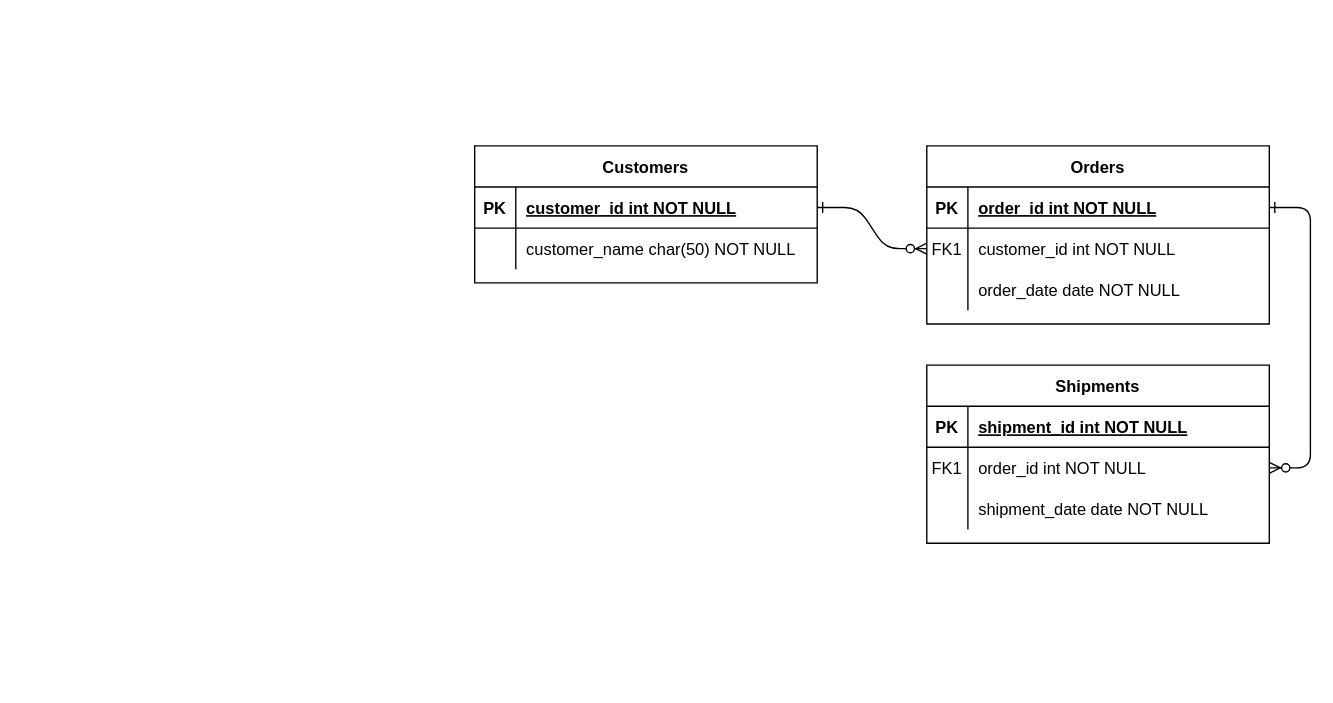
alexrsunrise/diagrams keeps this draw.io diagram as ReChargeERD.drawio. Above is the earlier version. Source tidied: cells renumbered, new cells numbered last; positions are measured from the earlier drawing's top-left corner, leaving out a move shared by most shapes. Both pictures are drawn from the tidied source at 137%, with x=0, y=0 at pixel (474, 145).
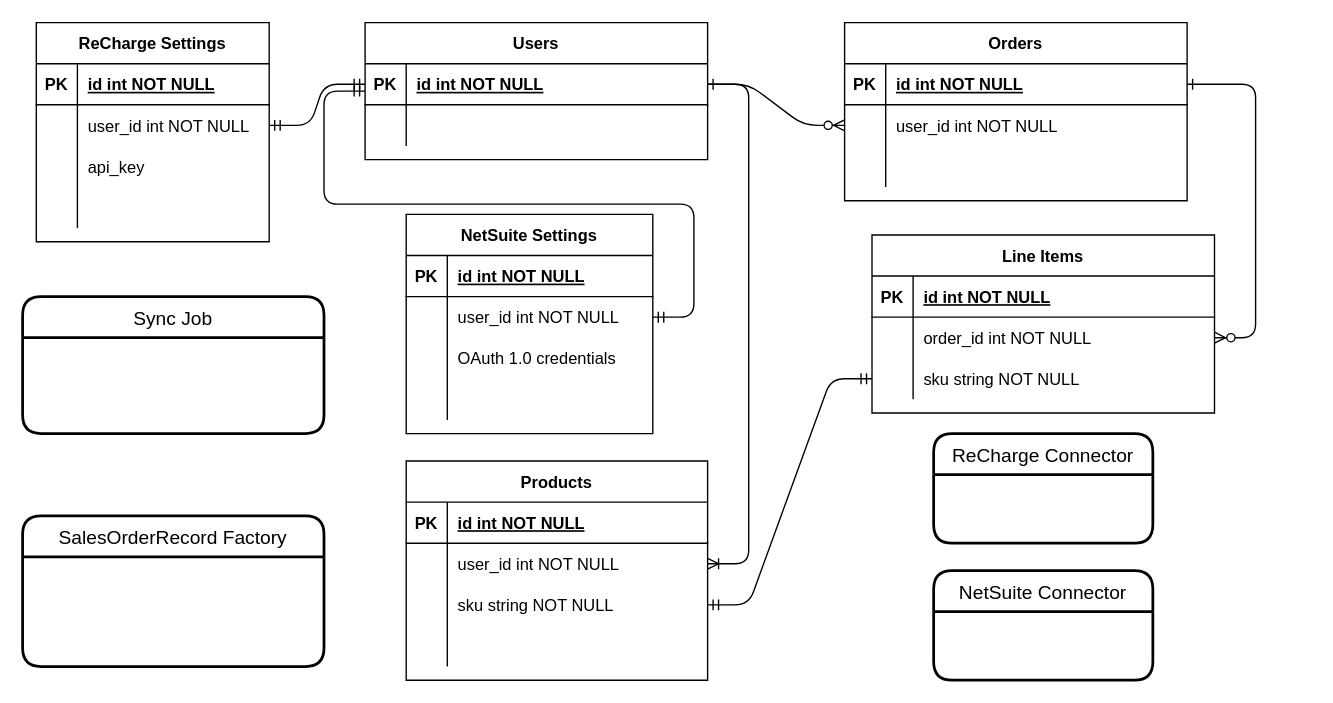
The same page after the edit.

The change refers to these unchanged cells:
```xml
<mxCell id="5" style="shape=partialRectangle;fillColor=none;points=[[0,0.5],[1,0.5]];portConstraint=eastwest;top=0;left=0;right=0;bottom=1;" parent="4" vertex="1">
  <mxGeometry y="30" width="250" height="30" as="geometry" />
</mxCell>
<mxCell id="8" style="shape=partialRectangle;fillColor=none;points=[[0,0.5],[1,0.5]];portConstraint=eastwest;top=0;left=0;right=0;bottom=0;" parent="4" vertex="1">
  <mxGeometry y="60" width="250" height="30" as="geometry" />
</mxCell>
<mxCell id="11" style="shape=partialRectangle;fillColor=none;top=0;left=0;right=0;bottom=0;" parent="4" vertex="1">
  <mxGeometry y="90" width="250" height="30" as="geometry" />
</mxCell>
<mxCell id="15" style="shape=partialRectangle;fillColor=none;top=0;left=0;right=0;bottom=1;" parent="14" vertex="1">
  <mxGeometry y="30" width="250" height="30" as="geometry" />
</mxCell>
<mxCell id="18" style="shape=partialRectangle;fillColor=none;points=[[0,0.5],[1,0.5]];portConstraint=eastwest;top=0;left=0;right=0;bottom=0;" parent="14" vertex="1">
  <mxGeometry y="60" width="250" height="30" as="geometry" />
</mxCell>
<mxCell id="21" style="shape=partialRectangle;fillColor=none;points=[[0,0.5],[1,0.5]];portConstraint=eastwest;top=0;left=0;right=0;bottom=0;" parent="14" vertex="1">
  <mxGeometry y="90" width="250" height="30" as="geometry" />
</mxCell>
<mxCell id="25" style="shape=partialRectangle;fillColor=none;points=[[0,0.5],[1,0.5]];portConstraint=eastwest;top=0;left=0;right=0;bottom=1;" parent="24" vertex="1">
  <mxGeometry y="30" width="250" height="30" as="geometry" />
</mxCell>
<mxCell id="28" style="shape=partialRectangle;fillColor=none;top=0;left=0;right=0;bottom=0;" parent="24" vertex="1">
  <mxGeometry y="60" width="250" height="30" as="geometry" />
</mxCell>
```

Change to the diagram source:
```diff
@@
     <mxCell id="4" value="Orders" style="shape=table;startSize=30;childLayout=tableLayout;rowLines=0;fontStyle=1;align=center;" parent="1" vertex="1">
-      <mxGeometry x="330" width="250" height="130" as="geometry" />
+      <mxGeometry x="270" y="-90" width="250" height="130" as="geometry" />
     </mxCell>
@@
-    <mxCell id="7" value="order_id int NOT NULL " style="shape=partialRectangle;overflow=hidden;fillColor=none;top=0;left=0;bottom=0;right=0;align=left;spacingLeft=6;fontStyle=5;" parent="5" vertex="1">
+    <mxCell id="7" value="id int NOT NULL " style="shape=partialRectangle;overflow=hidden;fillColor=none;top=0;left=0;bottom=0;right=0;align=left;spacingLeft=6;fontStyle=5;" parent="5" vertex="1">
       <mxGeometry x="30" width="220" height="30" as="geometry" />
     </mxCell>
@@
-    <mxCell id="9" value="FK1" style="shape=partialRectangle;overflow=hidden;fillColor=none;top=0;left=0;bottom=0;right=0;" parent="8" vertex="1">
+    <mxCell id="9" style="shape=partialRectangle;overflow=hidden;fillColor=none;top=0;left=0;bottom=0;right=0;" parent="8" vertex="1">
       <mxGeometry width="30" height="30" as="geometry" />
     </mxCell>
-    <mxCell id="10" value="customer_id int NOT NULL" style="shape=partialRectangle;overflow=hidden;fillColor=none;top=0;left=0;bottom=0;right=0;align=left;spacingLeft=6;" parent="8" vertex="1">
+    <mxCell id="10" value="user_id int NOT NULL" style="shape=partialRectangle;overflow=hidden;fillColor=none;top=0;left=0;bottom=0;right=0;align=left;spacingLeft=6;" parent="8" vertex="1">
       <mxGeometry x="30" width="220" height="30" as="geometry" />
     </mxCell>
@@
-    <mxCell id="13" value="order_date date NOT NULL" style="shape=partialRectangle;overflow=hidden;fillColor=none;top=0;left=0;bottom=0;right=0;align=left;spacingLeft=6;" parent="11" vertex="1">
+    <mxCell id="13" style="shape=partialRectangle;overflow=hidden;fillColor=none;top=0;left=0;bottom=0;right=0;align=left;spacingLeft=6;" parent="11" vertex="1">
       <mxGeometry x="30" width="220" height="30" as="geometry" />
     </mxCell>
-    <mxCell id="14" value="Shipments" style="shape=table;startSize=30;childLayout=tableLayout;rowLines=0;fontStyle=1;align=center;" parent="1" vertex="1">
-      <mxGeometry x="330" y="160" width="250" height="130" as="geometry" />
+    <mxCell id="14" value="Line Items" style="shape=table;startSize=30;childLayout=tableLayout;rowLines=0;fontStyle=1;align=center;" parent="1" vertex="1">
+      <mxGeometry x="290" y="65" width="250" height="130" as="geometry" />
     </mxCell>
@@
-    <mxCell id="17" value="shipment_id int NOT NULL " style="shape=partialRectangle;overflow=hidden;fillColor=none;top=0;left=0;bottom=0;right=0;align=left;spacingLeft=6;fontStyle=5;" parent="15" vertex="1">
+    <mxCell id="17" value="id int NOT NULL " style="shape=partialRectangle;overflow=hidden;fillColor=none;top=0;left=0;bottom=0;right=0;align=left;spacingLeft=6;fontStyle=5;" parent="15" vertex="1">
       <mxGeometry x="30" width="220" height="30" as="geometry" />
     </mxCell>
@@
-    <mxCell id="19" value="FK1" style="shape=partialRectangle;overflow=hidden;fillColor=none;top=0;left=0;bottom=0;right=0;" parent="18" vertex="1">
+    <mxCell id="19" style="shape=partialRectangle;overflow=hidden;fillColor=none;top=0;left=0;bottom=0;right=0;" parent="18" vertex="1">
       <mxGeometry width="30" height="30" as="geometry" />
     </mxCell>
@@
-    <mxCell id="23" value="shipment_date date NOT NULL" style="shape=partialRectangle;overflow=hidden;fillColor=none;top=0;left=0;bottom=0;right=0;align=left;spacingLeft=6;" parent="21" vertex="1">
+    <mxCell id="23" value="sku string NOT NULL" style="shape=partialRectangle;overflow=hidden;fillColor=none;top=0;left=0;bottom=0;right=0;align=left;spacingLeft=6;" parent="21" vertex="1">
       <mxGeometry x="30" width="220" height="30" as="geometry" />
     </mxCell>
-    <mxCell id="24" value="Customers" style="shape=table;startSize=30;childLayout=tableLayout;rowLines=0;fontStyle=1;align=center;" parent="1" vertex="1">
-      <mxGeometry width="250" height="100" as="geometry" />
+    <mxCell id="24" value="Users" style="shape=table;startSize=30;childLayout=tableLayout;rowLines=0;fontStyle=1;align=center;" parent="1" vertex="1">
+      <mxGeometry x="-80" y="-90" width="250" height="100" as="geometry" />
     </mxCell>
@@
-    <mxCell id="27" value="customer_id int NOT NULL " style="shape=partialRectangle;overflow=hidden;fillColor=none;top=0;left=0;bottom=0;right=0;align=left;spacingLeft=6;fontStyle=5;" parent="25" vertex="1">
+    <mxCell id="27" value="id int NOT NULL " style="shape=partialRectangle;overflow=hidden;fillColor=none;top=0;left=0;bottom=0;right=0;align=left;spacingLeft=6;fontStyle=5;" parent="25" vertex="1">
       <mxGeometry x="30" width="220" height="30" as="geometry" />
     </mxCell>
@@
-    <mxCell id="30" value="customer_name char(50) NOT NULL" style="shape=partialRectangle;overflow=hidden;fillColor=none;top=0;left=0;bottom=0;right=0;align=left;spacingLeft=6;" parent="28" vertex="1">
+    <mxCell id="30" style="shape=partialRectangle;overflow=hidden;fillColor=none;top=0;left=0;bottom=0;right=0;align=left;spacingLeft=6;" parent="28" vertex="1">
       <mxGeometry x="30" width="220" height="30" as="geometry" />
     </mxCell>
+    <mxCell id="31" value="Products" style="shape=table;startSize=30;childLayout=tableLayout;rowLines=0;fontStyle=1;align=center;" parent="1" vertex="1">
+      <mxGeometry x="-50" y="230" width="220" height="160" as="geometry" />
+    </mxCell>
+    <mxCell id="32" style="shape=partialRectangle;fillColor=none;top=0;left=0;bottom=1;right=0;" parent="31" vertex="1">
+      <mxGeometry y="30" width="220" height="30" as="geometry" />
+    </mxCell>
+    <mxCell id="33" value="PK" style="shape=partialRectangle;fillColor=none;top=0;left=0;bottom=0;right=0;fontStyle=1;overflow=hidden;" parent="32" vertex="1">
+      <mxGeometry width="30" height="30" as="geometry" />
+    </mxCell>
+    <mxCell id="34" value="id int NOT NULL" style="shape=partialRectangle;fillColor=none;top=0;left=0;bottom=0;right=0;align=left;spacingLeft=6;fontStyle=5;overflow=hidden;" parent="32" vertex="1">
+      <mxGeometry x="30" width="190" height="30" as="geometry" />
+    </mxCell>
+    <mxCell id="35" style="shape=partialRectangle;fillColor=none;top=0;left=0;bottom=0;right=0;points=[[0,0.5],[1,0.5]];portConstraint=eastwest;" parent="31" vertex="1">
+      <mxGeometry y="60" width="220" height="30" as="geometry" />
+    </mxCell>
+    <mxCell id="36" style="shape=partialRectangle;fillColor=none;top=0;left=0;bottom=0;right=0;overflow=hidden;" parent="35" vertex="1">
+      <mxGeometry width="30" height="30" as="geometry" />
+    </mxCell>
+    <mxCell id="37" value="user_id int NOT NULL" style="shape=partialRectangle;fillColor=none;top=0;left=0;bottom=0;right=0;align=left;spacingLeft=6;overflow=hidden;" parent="35" vertex="1">
+      <mxGeometry x="30" width="190" height="30" as="geometry" />
+    </mxCell>
+    <mxCell id="38" style="shape=partialRectangle;fillColor=none;top=0;left=0;bottom=0;right=0;points=[[0,0.5],[1,0.5]];portConstraint=eastwest;" parent="31" vertex="1">
+      <mxGeometry y="90" width="220" height="30" as="geometry" />
+    </mxCell>
+    <mxCell id="39" style="shape=partialRectangle;fillColor=none;top=0;left=0;bottom=0;right=0;overflow=hidden;" parent="38" vertex="1">
+      <mxGeometry width="30" height="30" as="geometry" />
+    </mxCell>
+    <mxCell id="40" value="sku string NOT NULL" style="shape=partialRectangle;fillColor=none;top=0;left=0;bottom=0;right=0;align=left;spacingLeft=6;overflow=hidden;" parent="38" vertex="1">
+      <mxGeometry x="30" width="190" height="30" as="geometry" />
+    </mxCell>
+    <mxCell id="41" style="shape=partialRectangle;fillColor=none;top=0;left=0;bottom=0;right=0;" parent="31" vertex="1">
+      <mxGeometry y="120" width="220" height="30" as="geometry" />
+    </mxCell>
+    <mxCell id="42" style="shape=partialRectangle;fillColor=none;top=0;left=0;bottom=0;right=0;overflow=hidden;" parent="41" vertex="1">
+      <mxGeometry width="30" height="30" as="geometry" />
+    </mxCell>
+    <mxCell id="43" style="shape=partialRectangle;fillColor=none;top=0;left=0;bottom=0;right=0;align=left;spacingLeft=6;overflow=hidden;" parent="41" vertex="1">
+      <mxGeometry x="30" width="190" height="30" as="geometry" />
+    </mxCell>
+    <mxCell id="44" style="edgeStyle=entityRelationEdgeStyle;fontSize=12;html=1;endArrow=ERmandOne;startArrow=ERmandOne;exitX=1;exitY=0.5;exitDx=0;exitDy=0;entryX=0;entryY=0.5;entryDx=0;entryDy=0;" parent="1" edge="1" source="38" target="21">
+      <mxGeometry relative="1" as="geometry" />
+    </mxCell>
+    <mxCell id="45" style="edgeStyle=entityRelationEdgeStyle;fontSize=12;html=1;endArrow=ERoneToMany;exitX=1;exitY=0.5;exitDx=0;exitDy=0;entryX=1;entryY=0.5;entryDx=0;entryDy=0;" parent="1" edge="1" source="25" target="35">
+      <mxGeometry relative="1" as="geometry" />
+    </mxCell>
+    <mxCell id="46" value="ReCharge Settings" style="shape=table;startSize=30;childLayout=tableLayout;rowLines=0;fontStyle=1;align=center;" parent="1" vertex="1">
+      <mxGeometry x="-320" y="-90" width="170" height="160" as="geometry" />
+    </mxCell>
+    <mxCell id="47" style="shape=partialRectangle;fillColor=none;top=0;left=0;bottom=1;right=0;" parent="46" vertex="1">
+      <mxGeometry y="30" width="170" height="30" as="geometry" />
+    </mxCell>
+    <mxCell id="48" value="PK" style="shape=partialRectangle;fillColor=none;top=0;left=0;bottom=0;right=0;fontStyle=1;overflow=hidden;" parent="47" vertex="1">
+      <mxGeometry width="30" height="30" as="geometry" />
+    </mxCell>
+    <mxCell id="49" value="id int NOT NULL" style="shape=partialRectangle;fillColor=none;top=0;left=0;bottom=0;right=0;align=left;spacingLeft=6;fontStyle=5;overflow=hidden;" parent="47" vertex="1">
+      <mxGeometry x="30" width="140" height="30" as="geometry" />
+    </mxCell>
+    <mxCell id="50" style="shape=partialRectangle;fillColor=none;top=0;left=0;bottom=0;right=0;points=[[0,0.5],[1,0.5]];portConstraint=eastwest;" parent="46" vertex="1">
+      <mxGeometry y="60" width="170" height="30" as="geometry" />
+    </mxCell>
+    <mxCell id="51" style="shape=partialRectangle;fillColor=none;top=0;left=0;bottom=0;right=0;overflow=hidden;" parent="50" vertex="1">
+      <mxGeometry width="30" height="30" as="geometry" />
+    </mxCell>
+    <mxCell id="52" value="user_id int NOT NULL" style="shape=partialRectangle;fillColor=none;top=0;left=0;bottom=0;right=0;align=left;spacingLeft=6;overflow=hidden;" parent="50" vertex="1">
+      <mxGeometry x="30" width="140" height="30" as="geometry" />
+    </mxCell>
+    <mxCell id="53" style="shape=partialRectangle;fillColor=none;top=0;left=0;bottom=0;right=0;" parent="46" vertex="1">
+      <mxGeometry y="90" width="170" height="30" as="geometry" />
+    </mxCell>
+    <mxCell id="54" style="shape=partialRectangle;fillColor=none;top=0;left=0;bottom=0;right=0;overflow=hidden;" parent="53" vertex="1">
+      <mxGeometry width="30" height="30" as="geometry" />
+    </mxCell>
+    <mxCell id="55" value="api_key" style="shape=partialRectangle;fillColor=none;top=0;left=0;bottom=0;right=0;align=left;spacingLeft=6;overflow=hidden;" parent="53" vertex="1">
+      <mxGeometry x="30" width="140" height="30" as="geometry" />
+    </mxCell>
+    <mxCell id="56" style="shape=partialRectangle;fillColor=none;top=0;left=0;bottom=0;right=0;" parent="46" vertex="1">
+      <mxGeometry y="120" width="170" height="30" as="geometry" />
+    </mxCell>
+    <mxCell id="57" style="shape=partialRectangle;fillColor=none;top=0;left=0;bottom=0;right=0;overflow=hidden;" parent="56" vertex="1">
+      <mxGeometry width="30" height="30" as="geometry" />
+    </mxCell>
+    <mxCell id="58" style="shape=partialRectangle;fillColor=none;top=0;left=0;bottom=0;right=0;align=left;spacingLeft=6;overflow=hidden;" parent="56" vertex="1">
+      <mxGeometry x="30" width="140" height="30" as="geometry" />
+    </mxCell>
+    <mxCell id="59" value="NetSuite Settings" style="shape=table;startSize=30;childLayout=tableLayout;rowLines=0;fontStyle=1;align=center;" parent="1" vertex="1">
+      <mxGeometry x="-50" y="50" width="180" height="160" as="geometry" />
+    </mxCell>
+    <mxCell id="60" style="shape=partialRectangle;fillColor=none;top=0;left=0;bottom=1;right=0;" parent="59" vertex="1">
+      <mxGeometry y="30" width="180" height="30" as="geometry" />
+    </mxCell>
+    <mxCell id="61" value="PK" style="shape=partialRectangle;fillColor=none;top=0;left=0;bottom=0;right=0;fontStyle=1;overflow=hidden;" parent="60" vertex="1">
+      <mxGeometry width="30" height="30" as="geometry" />
+    </mxCell>
+    <mxCell id="62" value="id int NOT NULL" style="shape=partialRectangle;fillColor=none;top=0;left=0;bottom=0;right=0;align=left;spacingLeft=6;fontStyle=5;overflow=hidden;" parent="60" vertex="1">
+      <mxGeometry x="30" width="150" height="30" as="geometry" />
+    </mxCell>
+    <mxCell id="63" style="shape=partialRectangle;fillColor=none;top=0;left=0;bottom=0;right=0;points=[[0,0.5],[1,0.5]];portConstraint=eastwest;" parent="59" vertex="1">
+      <mxGeometry y="60" width="180" height="30" as="geometry" />
+    </mxCell>
+    <mxCell id="64" style="shape=partialRectangle;fillColor=none;top=0;left=0;bottom=0;right=0;overflow=hidden;" parent="63" vertex="1">
+      <mxGeometry width="30" height="30" as="geometry" />
+    </mxCell>
+    <mxCell id="65" value="user_id int NOT NULL" style="shape=partialRectangle;fillColor=none;top=0;left=0;bottom=0;right=0;align=left;spacingLeft=6;overflow=hidden;" parent="63" vertex="1">
+      <mxGeometry x="30" width="150" height="30" as="geometry" />
+    </mxCell>
+    <mxCell id="66" style="shape=partialRectangle;fillColor=none;top=0;left=0;bottom=0;right=0;" parent="59" vertex="1">
+      <mxGeometry y="90" width="180" height="30" as="geometry" />
+    </mxCell>
+    <mxCell id="67" style="shape=partialRectangle;fillColor=none;top=0;left=0;bottom=0;right=0;overflow=hidden;" parent="66" vertex="1">
+      <mxGeometry width="30" height="30" as="geometry" />
+    </mxCell>
+    <mxCell id="68" value="OAuth 1.0 credentials" style="shape=partialRectangle;fillColor=none;top=0;left=0;bottom=0;right=0;align=left;spacingLeft=6;overflow=hidden;" parent="66" vertex="1">
+      <mxGeometry x="30" width="150" height="30" as="geometry" />
+    </mxCell>
+    <mxCell id="69" style="shape=partialRectangle;fillColor=none;top=0;left=0;bottom=0;right=0;" parent="59" vertex="1">
+      <mxGeometry y="120" width="180" height="30" as="geometry" />
+    </mxCell>
+    <mxCell id="70" style="shape=partialRectangle;fillColor=none;top=0;left=0;bottom=0;right=0;overflow=hidden;" parent="69" vertex="1">
+      <mxGeometry width="30" height="30" as="geometry" />
+    </mxCell>
+    <mxCell id="71" style="shape=partialRectangle;fillColor=none;top=0;left=0;bottom=0;right=0;align=left;spacingLeft=6;overflow=hidden;" parent="69" vertex="1">
+      <mxGeometry x="30" width="150" height="30" as="geometry" />
+    </mxCell>
+    <mxCell id="72" style="edgeStyle=entityRelationEdgeStyle;fontSize=12;html=1;endArrow=ERmandOne;startArrow=ERmandOne;entryX=0;entryY=0.5;entryDx=0;entryDy=0;exitX=1;exitY=0.5;exitDx=0;exitDy=0;" parent="1" edge="1" source="50" target="25">
+      <mxGeometry relative="1" as="geometry" />
+    </mxCell>
+    <mxCell id="73" style="edgeStyle=entityRelationEdgeStyle;fontSize=12;html=1;endArrow=ERmandOne;startArrow=ERmandOne;exitX=1;exitY=0.5;exitDx=0;exitDy=0;" parent="1" edge="1" source="63">
+      <mxGeometry relative="1" as="geometry">
+        <mxPoint x="-80" y="-40" as="targetPoint" />
+      </mxGeometry>
+    </mxCell>
+    <mxCell id="74" value="Sync Job" style="swimlane;horizontal=1;startSize=30;rounded=1;fontSize=14;fontStyle=0;strokeWidth=2;shadow=0;dashed=0;align=center;" parent="1" vertex="1">
+      <mxGeometry x="-330" y="110" width="220" height="100" as="geometry" />
+    </mxCell>
+    <mxCell id="75" value="SalesOrderRecord Factory" style="swimlane;horizontal=1;startSize=30;rounded=1;fontSize=14;fontStyle=0;strokeWidth=2;shadow=0;dashed=0;align=center;" parent="1" vertex="1">
+      <mxGeometry x="-330" y="270" width="220" height="110" as="geometry" />
+    </mxCell>
+    <mxCell id="76" value="ReCharge Connector" style="swimlane;horizontal=1;startSize=30;rounded=1;fontSize=14;fontStyle=0;strokeWidth=2;shadow=0;dashed=0;align=center;" parent="1" vertex="1">
+      <mxGeometry x="335" y="210" width="160" height="80" as="geometry" />
+    </mxCell>
+    <mxCell id="77" value="NetSuite Connector" style="swimlane;horizontal=1;startSize=30;rounded=1;fontSize=14;fontStyle=0;strokeWidth=2;shadow=0;dashed=0;align=center;" parent="1" vertex="1">
+      <mxGeometry x="335" y="310" width="160" height="80" as="geometry" />
+    </mxCell>
```
